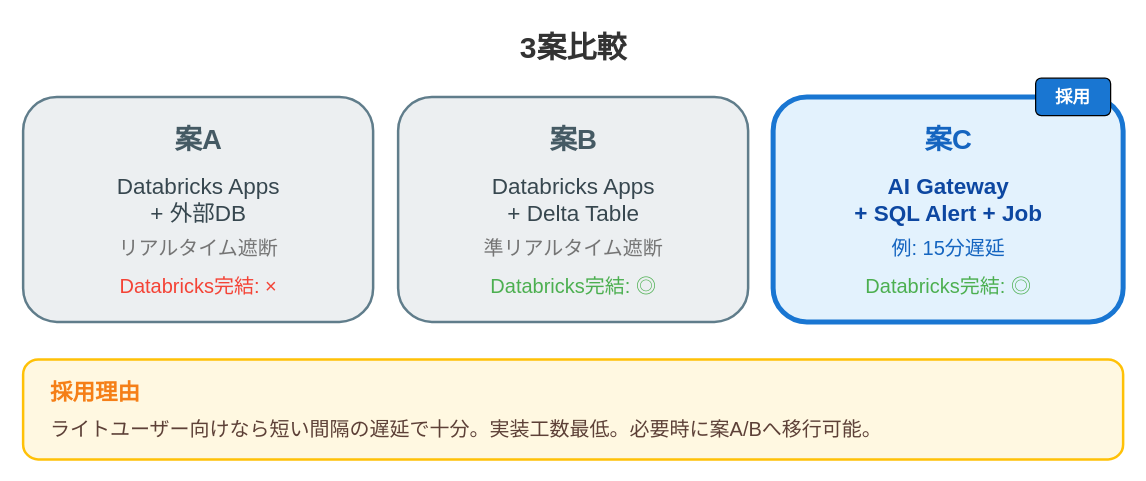
Above: assets/2026-01-27-jedai-ai-gateway/three-options-comparison.drawio in i9wa4/i9wa4.github.io (draw.io), before the change. Source tidied: cells renumbered, new cells numbered last; positions are measured from the earlier drawing's top-left corner, leaving out a move shared by most shapes. Both pictures are drawn from the tidied source at 125%, with x=0, y=0 at pixel (22, 21).
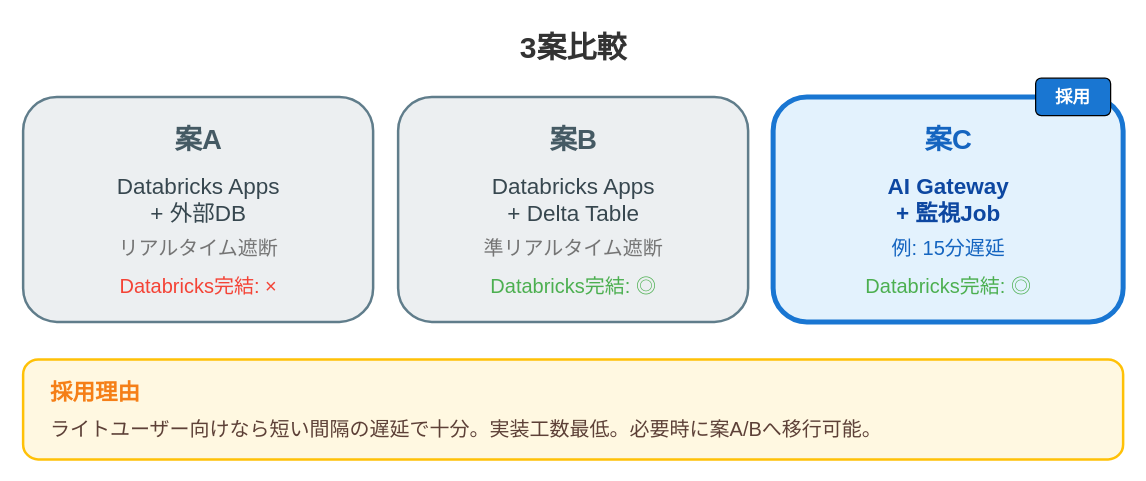
The same page after the edit.

Change to the diagram source:
```diff
@@
-    <mxCell id="16" value="AI Gateway&lt;br&gt;+ SQL Alert + Job" style="text;html=1;fontSize=18;fontFamily=Noto Sans JP;fontStyle=1;fontColor=#0D47A1;align=center;" parent="1" vertex="1">
+    <mxCell id="16" value="AI Gateway&lt;br&gt;+ 監視Job" style="text;html=1;fontSize=18;fontFamily=Noto Sans JP;fontStyle=1;fontColor=#0D47A1;align=center;" parent="1" vertex="1">
       <mxGeometry x="600" y="115" width="280" height="50" as="geometry" />
     </mxCell>
```
